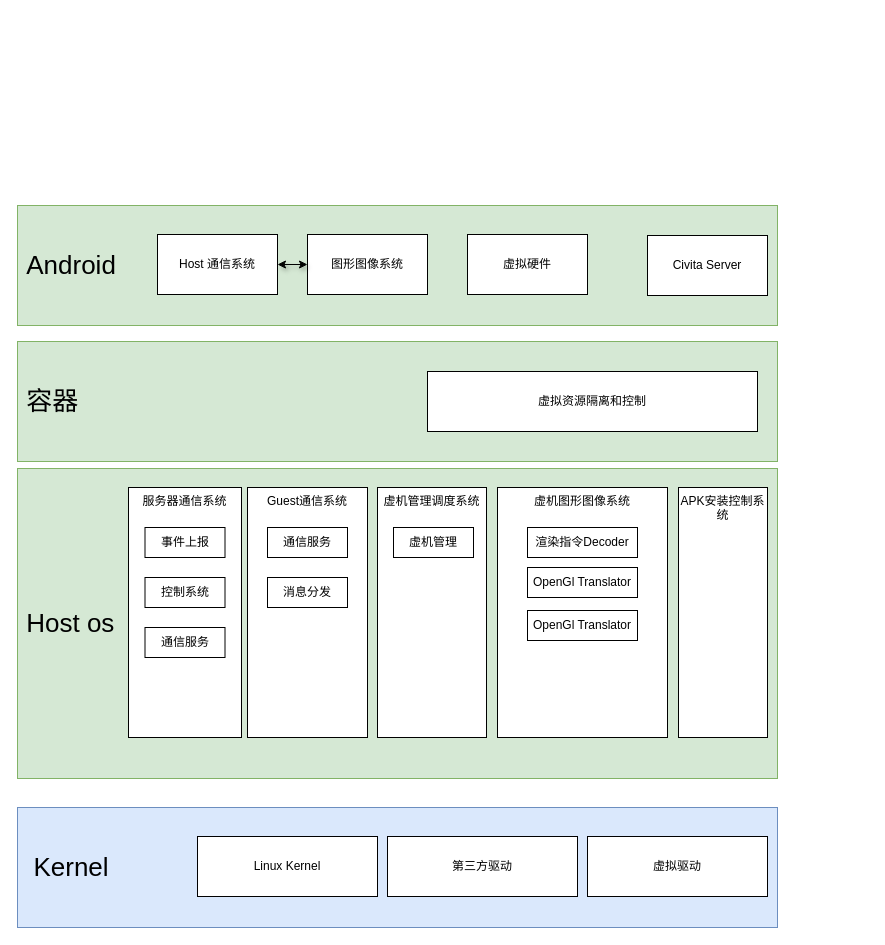
This is Untitled Diagram.drawio from GeekCookie/AlxLocationManager, a draw.io file, before an edit. Source tidied: cells renumbered, new cells numbered last; positions are measured from the earlier drawing's top-left corner, leaving out a move shared by most shapes. Both pictures are drawn from the tidied source at 100%, with x=0, y=0 at pixel (17, 205).
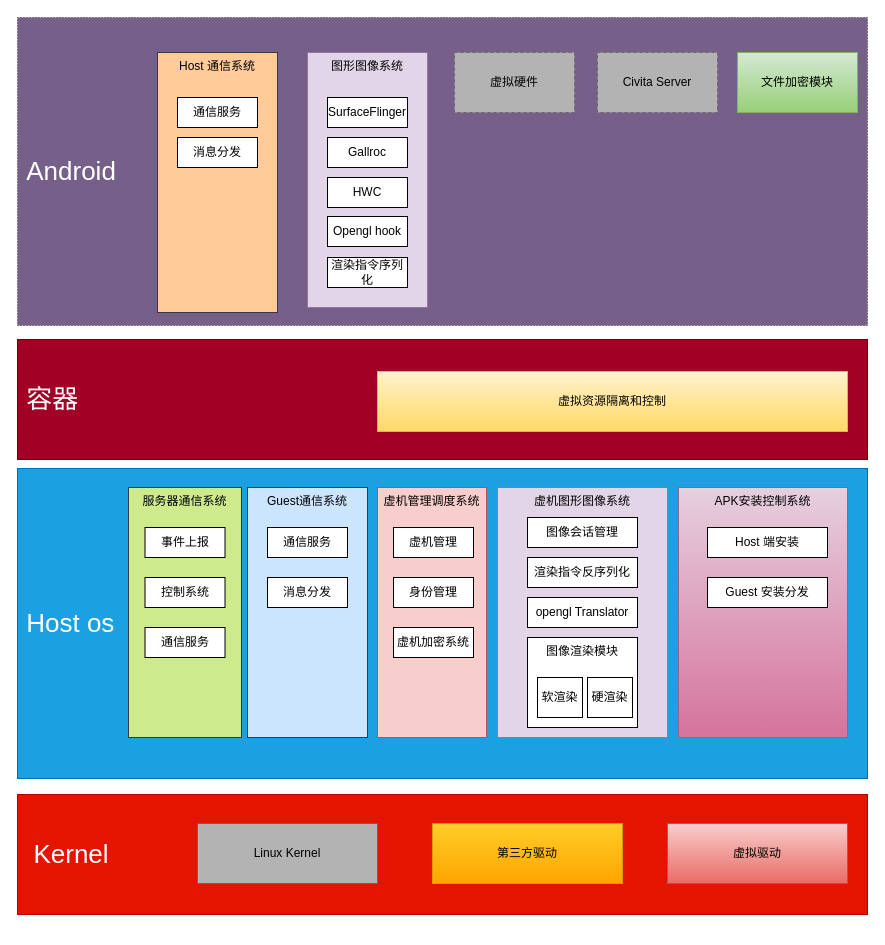
Above is the later version.

The edit, as a diff of the source:
```diff
@@
-    <mxCell id="2" value="&lt;font style=&quot;font-size: 26px&quot;&gt;&amp;nbsp; Kernel&lt;/font&gt;" style="rounded=0;whiteSpace=wrap;html=1;align=left;fillColor=#dae8fc;strokeColor=#6c8ebf;" parent="1" vertex="1">
-      <mxGeometry y="602" width="760" height="120" as="geometry" />
+    <mxCell id="2" value="&lt;font style=&quot;font-size: 26px&quot;&gt;&amp;nbsp; Kernel&lt;/font&gt;" style="rounded=0;whiteSpace=wrap;html=1;align=left;fillColor=#e51400;strokeColor=#B20000;fontColor=#ffffff;" parent="1" vertex="1">
+      <mxGeometry y="589" width="850" height="120" as="geometry" />
     </mxCell>
-    <mxCell id="3" value="&lt;span style=&quot;font-size: 26px&quot;&gt;&amp;nbsp;Host os&lt;/span&gt;" style="rounded=0;whiteSpace=wrap;html=1;align=left;fillColor=#d5e8d4;strokeColor=#82b366;" parent="1" vertex="1">
-      <mxGeometry y="263" width="760" height="310" as="geometry" />
+    <mxCell id="3" value="&lt;span style=&quot;font-size: 26px&quot;&gt;&amp;nbsp;Host os&lt;/span&gt;" style="rounded=0;whiteSpace=wrap;html=1;align=left;fillColor=#1ba1e2;strokeColor=#006EAF;fontColor=#ffffff;" parent="1" vertex="1">
+      <mxGeometry y="263" width="850" height="310" as="geometry" />
     </mxCell>
-    <mxCell id="4" value="Linux Kernel" style="rounded=0;whiteSpace=wrap;html=1;" parent="1" vertex="1">
-      <mxGeometry x="180" y="631" width="180" height="60" as="geometry" />
+    <mxCell id="4" value="Linux Kernel" style="rounded=0;whiteSpace=wrap;html=1;gradientColor=#b3b3b3;strokeColor=#666666;fillColor=#B3B3B3;" parent="1" vertex="1">
+      <mxGeometry x="180" y="618" width="180" height="60" as="geometry" />
     </mxCell>
-    <mxCell id="5" value="第三方驱动" style="rounded=0;whiteSpace=wrap;html=1;" parent="1" vertex="1">
-      <mxGeometry x="370" y="631" width="190" height="60" as="geometry" />
+    <mxCell id="5" value="第三方驱动" style="rounded=0;whiteSpace=wrap;html=1;gradientColor=#ffa500;fillColor=#ffcd28;strokeColor=#d79b00;" parent="1" vertex="1">
+      <mxGeometry x="415" y="618" width="190" height="60" as="geometry" />
     </mxCell>
-    <mxCell id="6" value="虚拟驱动" style="rounded=0;whiteSpace=wrap;html=1;" parent="1" vertex="1">
-      <mxGeometry x="570" y="631" width="180" height="60" as="geometry" />
+    <mxCell id="6" value="虚拟驱动" style="rounded=0;whiteSpace=wrap;html=1;gradientColor=#ea6b66;fillColor=#f8cecc;strokeColor=#b85450;" parent="1" vertex="1">
+      <mxGeometry x="650" y="618" width="180" height="60" as="geometry" />
     </mxCell>
-    <mxCell id="7" value="虚机图形图像系统" style="rounded=0;whiteSpace=wrap;html=1;verticalAlign=top;" parent="1" vertex="1">
+    <mxCell id="7" value="虚机图形图像系统" style="rounded=0;whiteSpace=wrap;html=1;verticalAlign=top;fillColor=#e1d5e7;strokeColor=#9673a6;" parent="1" vertex="1">
       <mxGeometry x="480" y="282" width="170" height="250" as="geometry" />
     </mxCell>
-    <mxCell id="8" value="&lt;span style=&quot;font-size: 26px&quot;&gt;&amp;nbsp;Android&lt;/span&gt;" style="rounded=0;whiteSpace=wrap;html=1;align=left;fillColor=#d5e8d4;strokeColor=#82b366;" parent="1" vertex="1">
-      <mxGeometry width="760" height="120" as="geometry" />
+    <mxCell id="8" value="&lt;span style=&quot;font-size: 26px&quot;&gt;&amp;nbsp;Android&lt;/span&gt;" style="rounded=0;whiteSpace=wrap;html=1;align=left;fillColor=#76608a;strokeColor=#432D57;dashed=1;dashPattern=1 2;fontColor=#ffffff;" parent="1" vertex="1">
+      <mxGeometry y="-188" width="850" height="308" as="geometry" />
     </mxCell>
-    <mxCell id="9" value="Civita Server" style="rounded=0;whiteSpace=wrap;html=1;" parent="1" vertex="1">
-      <mxGeometry x="630" y="30" width="120" height="60" as="geometry" />
+    <mxCell id="9" value="Civita Server" style="rounded=0;whiteSpace=wrap;html=1;labelBackgroundColor=none;dashed=1;gradientColor=#b3b3b3;strokeColor=#666666;fillColor=#B3B3B3;" parent="1" vertex="1">
+      <mxGeometry x="580" y="-153" width="120" height="60" as="geometry" />
     </mxCell>
-    <mxCell id="10" value="虚拟硬件" style="rounded=0;whiteSpace=wrap;html=1;" parent="1" vertex="1">
-      <mxGeometry x="450" y="29" width="120" height="60" as="geometry" />
+    <mxCell id="10" value="虚拟硬件" style="rounded=0;whiteSpace=wrap;html=1;labelBackgroundColor=none;dashed=1;gradientColor=#b3b3b3;strokeColor=#666666;fillColor=#B3B3B3;" parent="1" vertex="1">
+      <mxGeometry x="437" y="-153" width="120" height="60" as="geometry" />
     </mxCell>
-    <mxCell id="11" value="Guest通信系统" style="rounded=0;whiteSpace=wrap;html=1;verticalAlign=top;" parent="1" vertex="1">
+    <mxCell id="11" value="Guest通信系统" style="rounded=0;whiteSpace=wrap;html=1;verticalAlign=top;fillColor=#cce5ff;strokeColor=#36393d;" parent="1" vertex="1">
       <mxGeometry x="230" y="282" width="120" height="250" as="geometry" />
     </mxCell>
-    <mxCell id="12" value="APK安装控制系统" style="rounded=0;whiteSpace=wrap;html=1;verticalAlign=top;" parent="1" vertex="1">
-      <mxGeometry x="661" y="282" width="89" height="250" as="geometry" />
+    <mxCell id="12" value="APK安装控制系统" style="rounded=0;whiteSpace=wrap;html=1;verticalAlign=top;gradientColor=#d5739d;fillColor=#e6d0de;strokeColor=#996185;" parent="1" vertex="1">
+      <mxGeometry x="661" y="282" width="169" height="250" as="geometry" />
     </mxCell>
-    <mxCell id="13" value="图形图像系统" style="rounded=0;whiteSpace=wrap;html=1;" parent="1" vertex="1">
-      <mxGeometry x="290" y="29" width="120" height="60" as="geometry" />
+    <mxCell id="13" value="图形图像系统" style="rounded=0;whiteSpace=wrap;html=1;verticalAlign=top;fillColor=#e1d5e7;strokeColor=#9673a6;" parent="1" vertex="1">
+      <mxGeometry x="290" y="-153" width="120" height="255" as="geometry" />
     </mxCell>
-    <mxCell id="14" style="edgeStyle=orthogonalEdgeStyle;rounded=0;jettySize=auto;html=1;exitX=1;exitY=0.5;exitDx=0;exitDy=0;shadow=1;startArrow=classic;startFill=1;" parent="1" edge="1" source="15" target="13">
-      <mxGeometry relative="1" as="geometry" />
-    </mxCell>
-    <mxCell id="15" value="Host 通信系统" style="rounded=0;whiteSpace=wrap;html=1;" parent="1" vertex="1">
-      <mxGeometry x="140" y="29" width="120" height="60" as="geometry" />
+    <mxCell id="15" value="Host 通信系统" style="rounded=0;whiteSpace=wrap;html=1;verticalAlign=top;fillColor=#ffcc99;strokeColor=#36393d;" parent="1" vertex="1">
+      <mxGeometry x="140" y="-153" width="120" height="260" as="geometry" />
     </mxCell>
-    <mxCell id="16" value="&lt;span style=&quot;font-size: 26px&quot;&gt;&amp;nbsp;容器&lt;/span&gt;" style="rounded=0;whiteSpace=wrap;html=1;align=left;fillColor=#d5e8d4;strokeColor=#82b366;" parent="1" vertex="1">
-      <mxGeometry y="136" width="760" height="120" as="geometry" />
+    <mxCell id="16" value="&lt;span style=&quot;font-size: 26px&quot;&gt;&amp;nbsp;容器&lt;/span&gt;" style="rounded=0;whiteSpace=wrap;html=1;align=left;fillColor=#a20025;strokeColor=#6F0000;fontColor=#ffffff;" parent="1" vertex="1">
+      <mxGeometry y="134" width="850" height="120" as="geometry" />
     </mxCell>
-    <mxCell id="17" value="虚拟资源隔离和控制" style="rounded=0;whiteSpace=wrap;html=1;" parent="1" vertex="1">
-      <mxGeometry x="410" y="166" width="330" height="60" as="geometry" />
+    <mxCell id="17" value="虚拟资源隔离和控制" style="rounded=0;whiteSpace=wrap;html=1;gradientColor=#ffd966;fillColor=#fff2cc;strokeColor=#d6b656;" parent="1" vertex="1">
+      <mxGeometry x="360" y="166" width="470" height="60" as="geometry" />
     </mxCell>
-    <mxCell id="18" value="虚机管理调度系统" style="rounded=0;whiteSpace=wrap;html=1;verticalAlign=top;" parent="1" vertex="1">
+    <mxCell id="18" value="虚机管理调度系统" style="rounded=0;whiteSpace=wrap;html=1;verticalAlign=top;fillColor=#f8cecc;strokeColor=#b85450;" parent="1" vertex="1">
       <mxGeometry x="360" y="282" width="109" height="250" as="geometry" />
     </mxCell>
-    <mxCell id="19" value="服务器通信系统" style="rounded=0;whiteSpace=wrap;html=1;verticalAlign=top;" parent="1" vertex="1">
+    <mxCell id="19" value="服务器通信系统" style="rounded=0;whiteSpace=wrap;html=1;verticalAlign=top;fillColor=#cdeb8b;strokeColor=#36393d;" parent="1" vertex="1">
       <mxGeometry x="111" y="282" width="113" height="250" as="geometry" />
     </mxCell>
@@
-    <mxCell id="26" value="渲染指令Decoder" style="rounded=0;whiteSpace=wrap;html=1;" parent="1" vertex="1">
-      <mxGeometry x="510" y="322" width="110" height="30" as="geometry" />
+    <mxCell id="26" value="渲染指令反序列化" style="rounded=0;whiteSpace=wrap;html=1;" parent="1" vertex="1">
+      <mxGeometry x="510" y="352" width="110" height="30" as="geometry" />
     </mxCell>
-    <mxCell id="27" value="OpenGl Translator" style="rounded=0;whiteSpace=wrap;html=1;" parent="1" vertex="1">
-      <mxGeometry x="510" y="362" width="110" height="30" as="geometry" />
+    <mxCell id="27" value="opengl Translator" style="rounded=0;whiteSpace=wrap;html=1;" parent="1" vertex="1">
+      <mxGeometry x="510" y="392" width="110" height="30" as="geometry" />
     </mxCell>
-    <mxCell id="28" value="OpenGl Translator" style="rounded=0;whiteSpace=wrap;html=1;" parent="1" vertex="1">
-      <mxGeometry x="510" y="405" width="110" height="30" as="geometry" />
-    </mxCell>
+    <mxCell id="29" value="图像会话管理" style="rounded=0;whiteSpace=wrap;html=1;" parent="1" vertex="1">
+      <mxGeometry x="510" y="312" width="110" height="30" as="geometry" />
+    </mxCell>
+    <mxCell id="30" value="图像渲染模块" style="rounded=0;whiteSpace=wrap;html=1;verticalAlign=top;" parent="1" vertex="1">
+      <mxGeometry x="510" y="432" width="110" height="90" as="geometry" />
+    </mxCell>
+    <mxCell id="31" value="Host 端安装" style="rounded=0;whiteSpace=wrap;html=1;" parent="1" vertex="1">
+      <mxGeometry x="690" y="322" width="120" height="30" as="geometry" />
+    </mxCell>
+    <mxCell id="32" value="身份管理" style="rounded=0;whiteSpace=wrap;html=1;" parent="1" vertex="1">
+      <mxGeometry x="376" y="372" width="80" height="30" as="geometry" />
+    </mxCell>
+    <mxCell id="33" value="Guest 安装分发" style="rounded=0;whiteSpace=wrap;html=1;" parent="1" vertex="1">
+      <mxGeometry x="690" y="372" width="120" height="30" as="geometry" />
+    </mxCell>
+    <mxCell id="34" value="软渲染" style="rounded=0;whiteSpace=wrap;html=1;" parent="1" vertex="1">
+      <mxGeometry x="520" y="472" width="45" height="40" as="geometry" />
+    </mxCell>
+    <mxCell id="35" value="硬渲染" style="rounded=0;whiteSpace=wrap;html=1;" parent="1" vertex="1">
+      <mxGeometry x="570" y="472" width="45" height="40" as="geometry" />
+    </mxCell>
+    <mxCell id="36" value="虚机加密系统" style="rounded=0;whiteSpace=wrap;html=1;" parent="1" vertex="1">
+      <mxGeometry x="376" y="422" width="80" height="30" as="geometry" />
+    </mxCell>
+    <mxCell id="37" value="文件加密模块" style="rounded=0;whiteSpace=wrap;html=1;gradientColor=#97d077;fillColor=#d5e8d4;strokeColor=#82b366;" parent="1" vertex="1">
+      <mxGeometry x="720" y="-153" width="120" height="60" as="geometry" />
+    </mxCell>
+    <mxCell id="38" value="通信服务" style="rounded=0;whiteSpace=wrap;html=1;" parent="1" vertex="1">
+      <mxGeometry x="160" y="-108" width="80" height="30" as="geometry" />
+    </mxCell>
+    <mxCell id="39" value="消息分发" style="rounded=0;whiteSpace=wrap;html=1;" parent="1" vertex="1">
+      <mxGeometry x="160" y="-68" width="80" height="30" as="geometry" />
+    </mxCell>
+    <mxCell id="40" value="SurfaceFlinger" style="rounded=0;whiteSpace=wrap;html=1;" parent="1" vertex="1">
+      <mxGeometry x="310" y="-108" width="80" height="30" as="geometry" />
+    </mxCell>
+    <mxCell id="41" value="Gallroc" style="rounded=0;whiteSpace=wrap;html=1;" parent="1" vertex="1">
+      <mxGeometry x="310" y="-68" width="80" height="30" as="geometry" />
+    </mxCell>
+    <mxCell id="42" value="HWC" style="rounded=0;whiteSpace=wrap;html=1;" parent="1" vertex="1">
+      <mxGeometry x="310" y="-28" width="80" height="30" as="geometry" />
+    </mxCell>
+    <mxCell id="43" value="Opengl hook" style="rounded=0;whiteSpace=wrap;html=1;" parent="1" vertex="1">
+      <mxGeometry x="310" y="11" width="80" height="30" as="geometry" />
+    </mxCell>
+    <mxCell id="44" value="渲染指令序列化" style="rounded=0;whiteSpace=wrap;html=1;" parent="1" vertex="1">
+      <mxGeometry x="310" y="52" width="80" height="30" as="geometry" />
+    </mxCell>
```
